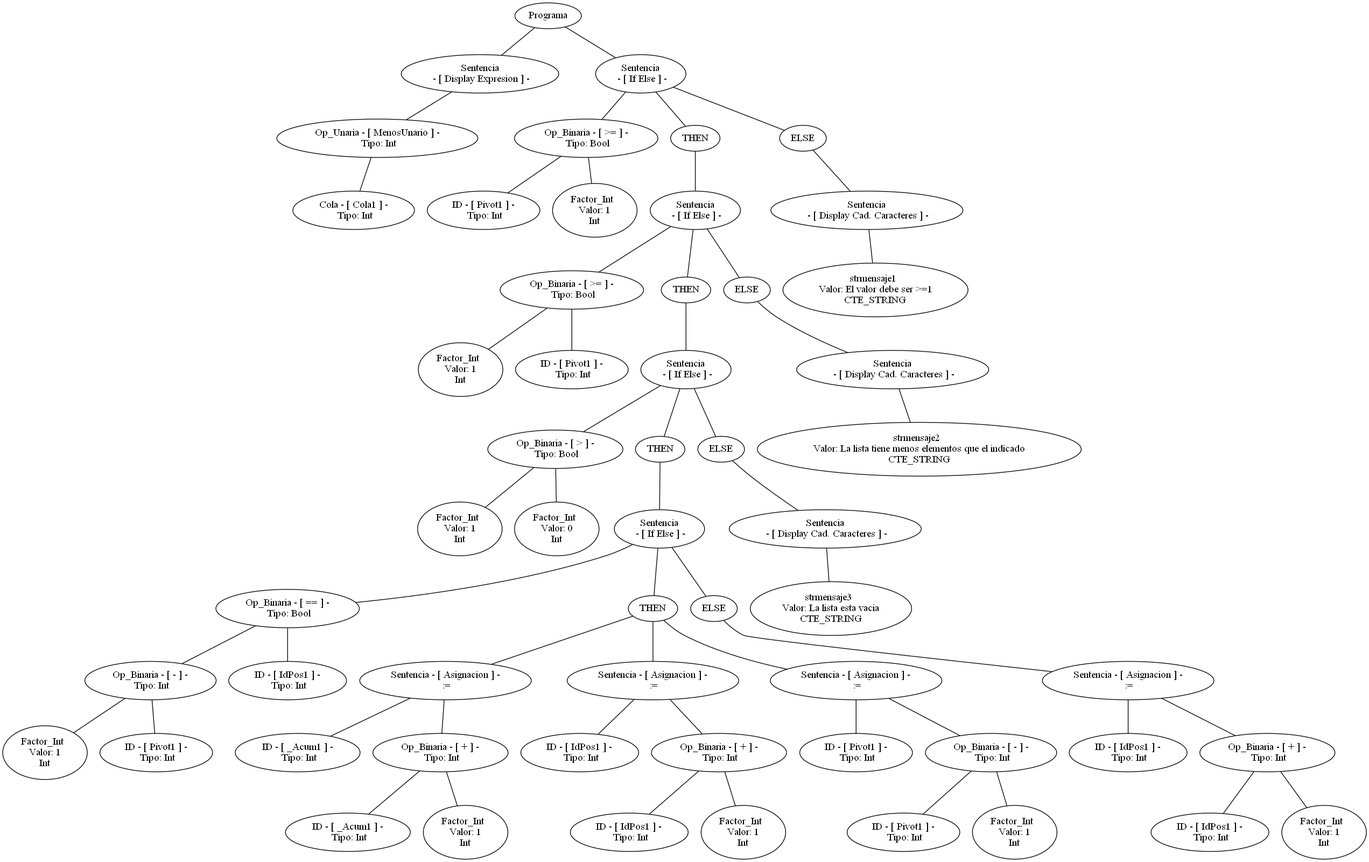
Above: arbol.png in SantiPerez17/Compiladores (Graphviz), before the change. Its source is kept beside it as arbol.dot.
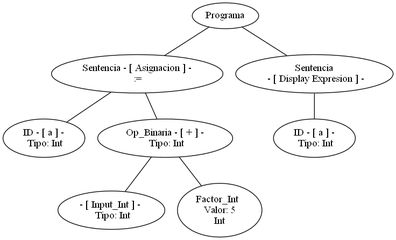
After the commit.

Commit message:
input con expresiones

What changed in the source:
```diff
@@ -1,171 +1,24 @@
 graph G {nodo_programa[label="Programa"]
-nodo_1106396872[label="Sentencia
+nodo_2089422796[label="Sentencia - [ Asignacion ] -
+ :="]
+nodo_programa--nodo_2089422796
+nodo_1098933182[label=" ID - [ a ] -
+ Tipo: Int"]
+nodo_2089422796--nodo_1098933182
+nodo_813239062[label=" Op_Binaria - [ + ] -
+ Tipo: Int"]
+nodo_2089422796--nodo_813239062
+nodo_1657753726[label="- [ Input_Int ] -
+ Tipo: Int"]
+nodo_813239062--nodo_1657753726
+nodo_66249089[label="Factor_Int
+ Valor: 5
+Int"]
+nodo_813239062--nodo_66249089
+nodo_1160433154[label="Sentencia
  - [ Display Expresion ] -"]
-nodo_programa--nodo_1106396872
-nodo_1612532337[label=" Op_Unaria - [ MenosUnario ] -
+nodo_programa--nodo_1160433154
+nodo_1081524910[label=" ID - [ a ] -
  Tipo: Int"]
-nodo_1106396872--nodo_1612532337
-nodo_13777518681[label=" Cola - [ Cola1 ] -
- Tipo: Int"]
-nodo_1612532337--nodo_13777518681
-nodo_1206660229[label="Sentencia
- - [ If Else ] -"]
-nodo_programa--nodo_1206660229
-nodo_1187529709[label=" Op_Binaria - [ >= ] -
- Tipo: Bool"]
-nodo_1206660229--nodo_1187529709
-nodo_716849892[label=" ID - [ Pivot1 ] -
- Tipo: Int"]
-nodo_1187529709--nodo_716849892
-nodo_981838298[label="Factor_Int
- Valor: 1
-Int"]
-nodo_1187529709--nodo_981838298
-nodo_12066602291[label="THEN"]
-nodo_1206660229--nodo_12066602291
-nodo_472592907[label="Sentencia
- - [ If Else ] -"]
-nodo_12066602291--nodo_472592907
-nodo_410574152[label=" Op_Binaria - [ >= ] -
- Tipo: Bool"]
-nodo_472592907--nodo_410574152
-nodo_1621955009[label="Factor_Int
- Valor: 1
-Int"]
-nodo_410574152--nodo_1621955009
-nodo_2012327799[label=" ID - [ Pivot1 ] -
- Tipo: Int"]
-nodo_410574152--nodo_2012327799
-nodo_4725929071[label="THEN"]
-nodo_472592907--nodo_4725929071
-nodo_848257256[label="Sentencia
- - [ If Else ] -"]
-nodo_4725929071--nodo_848257256
-nodo_1824745836[label=" Op_Binaria - [ > ] -
- Tipo: Bool"]
-nodo_848257256--nodo_1824745836
-nodo_1692945964[label="Factor_Int
- Valor: 1
-Int"]
-nodo_1824745836--nodo_1692945964
-nodo_504942545[label="Factor_Int
- Valor: 0
-Int"]
-nodo_1824745836--nodo_504942545
-nodo_8482572561[label="THEN"]
-nodo_848257256--nodo_8482572561
-nodo_1473869018[label="Sentencia
- - [ If Else ] -"]
-nodo_8482572561--nodo_1473869018
-nodo_547811140[label=" Op_Binaria - [ == ] -
- Tipo: Bool"]
-nodo_1473869018--nodo_547811140
-nodo_110713938[label=" Op_Binaria - [ - ] -
- Tipo: Int"]
-nodo_547811140--nodo_110713938
-nodo_1588030743[label="Factor_Int
- Valor: 1
-Int"]
-nodo_110713938--nodo_1588030743
-nodo_1120185789[label=" ID - [ Pivot1 ] -
- Tipo: Int"]
-nodo_110713938--nodo_1120185789
-nodo_1427089006[label=" ID - [ IdPos1 ] -
- Tipo: Int"]
-nodo_547811140--nodo_1427089006
-nodo_14738690181[label="THEN"]
-nodo_1473869018--nodo_14738690181
-nodo_423103313[label="Sentencia - [ Asignacion ] -
- :="]
-nodo_14738690181--nodo_423103313
-nodo_2081555124[label=" ID - [ _Acum1 ] -
- Tipo: Int"]
-nodo_423103313--nodo_2081555124
-nodo_459071950[label=" Op_Binaria - [ + ] -
- Tipo: Int"]
-nodo_423103313--nodo_459071950
-nodo_868751389[label=" ID - [ _Acum1 ] -
- Tipo: Int"]
-nodo_459071950--nodo_868751389
-nodo_1889404245[label="Factor_Int
- Valor: 1
-Int"]
-nodo_459071950--nodo_1889404245
-nodo_1794375606[label="Sentencia - [ Asignacion ] -
- :="]
-nodo_14738690181--nodo_1794375606
-nodo_102258686[label=" ID - [ IdPos1 ] -
- Tipo: Int"]
-nodo_1794375606--nodo_102258686
-nodo_2050393186[label=" Op_Binaria - [ + ] -
- Tipo: Int"]
-nodo_1794375606--nodo_2050393186
-nodo_156066761[label=" ID - [ IdPos1 ] -
- Tipo: Int"]
-nodo_2050393186--nodo_156066761
-nodo_2092315417[label="Factor_Int
- Valor: 1
-Int"]
-nodo_2050393186--nodo_2092315417
-nodo_945110230[label="Sentencia - [ Asignacion ] -
- :="]
-nodo_14738690181--nodo_945110230
-nodo_1980676650[label=" ID - [ Pivot1 ] -
- Tipo: Int"]
-nodo_945110230--nodo_1980676650
-nodo_348113929[label=" Op_Binaria - [ - ] -
- Tipo: Int"]
-nodo_945110230--nodo_348113929
-nodo_1499204476[label=" ID - [ Pivot1 ] -
- Tipo: Int"]
-nodo_348113929--nodo_1499204476
-nodo_1216233229[label="Factor_Int
- Valor: 1
-Int"]
-nodo_348113929--nodo_1216233229
-nodo_14738690182[label="ELSE"]
-nodo_1473869018--nodo_14738690182
-nodo_1268913090[label="Sentencia - [ Asignacion ] -
- :="]
-nodo_14738690182--nodo_1268913090
-nodo_555176251[label=" ID - [ IdPos1 ] -
- Tipo: Int"]
-nodo_1268913090--nodo_555176251
-nodo_413772174[label=" Op_Binaria - [ + ] -
- Tipo: Int"]
-nodo_1268913090--nodo_413772174
-nodo_555121601[label=" ID - [ IdPos1 ] -
- Tipo: Int"]
-nodo_413772174--nodo_555121601
-nodo_2062630946[label="Factor_Int
- Valor: 1
-Int"]
-nodo_413772174--nodo_2062630946
-nodo_8482572562[label="ELSE"]
-nodo_848257256--nodo_8482572562
-nodo_1635010766[label="Sentencia
- - [ Display Cad. Caracteres ] -"]
-nodo_8482572562--nodo_1635010766
-nodo_885287095[label="strmensaje3
- Valor: La lista esta vacia
-CTE_STRING"]
-nodo_1635010766--nodo_885287095
-nodo_4725929072[label="ELSE"]
-nodo_472592907--nodo_4725929072
-nodo_647939485[label="Sentencia
- - [ Display Cad. Caracteres ] -"]
-nodo_4725929072--nodo_647939485
-nodo_1444831548[label="strmensaje2
- Valor: La lista tiene menos elementos que el indicado
-CTE_STRING"]
-nodo_647939485--nodo_1444831548
-nodo_12066602292[label="ELSE"]
-nodo_1206660229--nodo_12066602292
-nodo_359620873[label="Sentencia
- - [ Display Cad. Caracteres ] -"]
-nodo_12066602292--nodo_359620873
-nodo_41497283[label="strmensaje1
- Valor: El valor debe ser >=1
-CTE_STRING"]
-nodo_359620873--nodo_41497283
+nodo_1160433154--nodo_1081524910
 }
```
